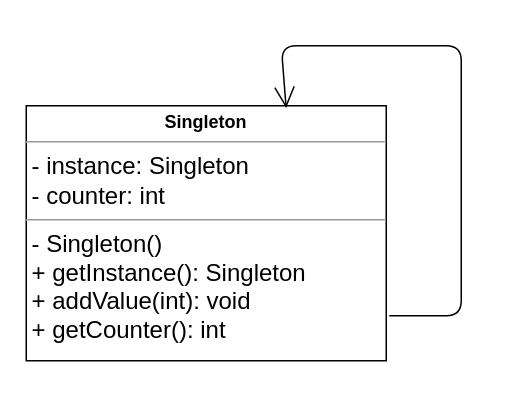
Before: page "singleton_2" (2 of 2) of singleton.drawio in cjanta/02_Design_Patterns, a draw.io diagram. Source tidied: cells renumbered, new cells numbered last; positions are measured from the earlier drawing's top-left corner, leaving out a move shared by most shapes. Both pictures are drawn from the tidied source at 150%, with x=0, y=0 at pixel (26, 45).
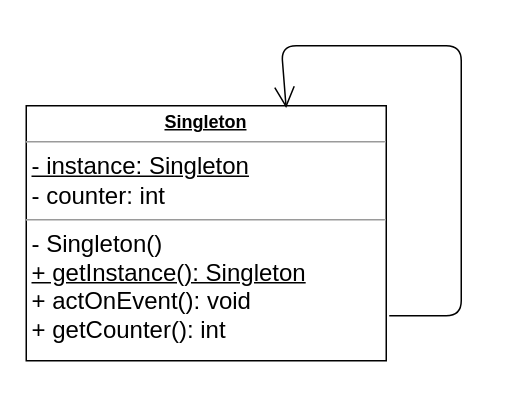
Above is the later version.

Commit message (it also covers changes not shown here):
05 / Beispiel: kumulierender Counter

The edit, as a diff of the source:
```diff
@@
 <mxGraphModel>
   <root>
     <mxCell id="0" />
     <mxCell id="1" parent="0" />
-    <mxCell id="2" value="&lt;p style=&quot;margin: 0px ; margin-top: 4px ; text-align: center&quot;&gt;&lt;font style=&quot;font-size: 12px&quot;&gt;&lt;b&gt;Singleton&lt;/b&gt;&lt;/font&gt;&lt;/p&gt;&lt;hr size=&quot;1&quot;&gt;&lt;p style=&quot;margin: 0px ; margin-left: 4px&quot;&gt;&lt;font size=&quot;3&quot;&gt;- instance: Singleton&lt;/font&gt;&lt;/p&gt;&lt;p style=&quot;margin: 0px ; margin-left: 4px&quot;&gt;&lt;font size=&quot;3&quot;&gt;- counter: int&lt;/font&gt;&lt;/p&gt;&lt;hr size=&quot;1&quot;&gt;&lt;p style=&quot;margin: 0px ; margin-left: 4px&quot;&gt;&lt;font size=&quot;3&quot;&gt;- Singleton&lt;/font&gt;&lt;span style=&quot;font-size: medium&quot;&gt;()&lt;/span&gt;&lt;/p&gt;&lt;p style=&quot;margin: 0px ; margin-left: 4px&quot;&gt;&lt;font size=&quot;3&quot;&gt;+ getInstance(): Singleton&lt;br&gt;&lt;/font&gt;&lt;/p&gt;&lt;p style=&quot;margin: 0px ; margin-left: 4px&quot;&gt;&lt;font size=&quot;3&quot;&gt;+ addValue(int): void&lt;br&gt;&lt;/font&gt;&lt;/p&gt;&lt;p style=&quot;margin: 0px ; margin-left: 4px&quot;&gt;&lt;span style=&quot;font-size: medium&quot;&gt;+ getCounter(): int&lt;/span&gt;&lt;font size=&quot;3&quot;&gt;&lt;br&gt;&lt;/font&gt;&lt;/p&gt;&lt;p style=&quot;margin: 0px ; margin-left: 4px&quot;&gt;&lt;br&gt;&lt;/p&gt;&lt;p style=&quot;margin: 0px ; margin-left: 4px&quot;&gt;&lt;br&gt;&lt;/p&gt;" style="verticalAlign=top;align=left;overflow=fill;fontSize=12;fontFamily=Helvetica;html=1;" parent="1" vertex="1">
+    <mxCell id="2" value="&lt;p style=&quot;margin: 0px ; margin-top: 4px ; text-align: center&quot;&gt;&lt;font style=&quot;font-size: 12px&quot;&gt;&lt;b&gt;&lt;u&gt;Singleton&lt;/u&gt;&lt;/b&gt;&lt;/font&gt;&lt;/p&gt;&lt;hr size=&quot;1&quot;&gt;&lt;p style=&quot;margin: 0px ; margin-left: 4px&quot;&gt;&lt;font size=&quot;3&quot;&gt;&lt;u&gt;- instance: Singleton&lt;/u&gt;&lt;/font&gt;&lt;/p&gt;&lt;p style=&quot;margin: 0px ; margin-left: 4px&quot;&gt;&lt;font size=&quot;3&quot;&gt;- counter: int&lt;/font&gt;&lt;/p&gt;&lt;hr size=&quot;1&quot;&gt;&lt;p style=&quot;margin: 0px ; margin-left: 4px&quot;&gt;&lt;font size=&quot;3&quot;&gt;- Singleton&lt;/font&gt;&lt;span style=&quot;font-size: medium&quot;&gt;()&lt;/span&gt;&lt;/p&gt;&lt;p style=&quot;margin: 0px ; margin-left: 4px&quot;&gt;&lt;font size=&quot;3&quot;&gt;&lt;u&gt;+ getInstance(): Singleton&lt;/u&gt;&lt;br&gt;&lt;/font&gt;&lt;/p&gt;&lt;p style=&quot;margin: 0px ; margin-left: 4px&quot;&gt;&lt;font size=&quot;3&quot;&gt;+ actOnEvent(): void&lt;br&gt;&lt;/font&gt;&lt;/p&gt;&lt;p style=&quot;margin: 0px ; margin-left: 4px&quot;&gt;&lt;span style=&quot;font-size: medium&quot;&gt;+ getCounter(): int&lt;/span&gt;&lt;font size=&quot;3&quot;&gt;&lt;br&gt;&lt;/font&gt;&lt;/p&gt;&lt;p style=&quot;margin: 0px ; margin-left: 4px&quot;&gt;&lt;br&gt;&lt;/p&gt;&lt;p style=&quot;margin: 0px ; margin-left: 4px&quot;&gt;&lt;br&gt;&lt;/p&gt;" style="verticalAlign=top;align=left;overflow=fill;fontSize=12;fontFamily=Helvetica;html=1;" parent="1" vertex="1">
       <mxGeometry y="40" width="240" height="170" as="geometry" />
     </mxCell>
     <mxCell id="3" style="endArrow=open;endFill=1;endSize=12;html=1;entryX=0.722;entryY=0.009;entryDx=0;entryDy=0;entryPerimeter=0;" parent="1" edge="1" target="2">
       <mxGeometry relative="1" as="geometry">
         <mxPoint x="242" y="180" as="sourcePoint" />
         <Array as="points">
           <mxPoint x="290" y="180" />
           <mxPoint x="290" />
           <mxPoint x="170" />
         </Array>
       </mxGeometry>
     </mxCell>
     <mxCell id="4" style="edgeStyle=orthogonalEdgeStyle;rounded=0;orthogonalLoop=1;jettySize=auto;html=1;exitX=0.5;exitY=1;exitDx=0;exitDy=0;" parent="1" edge="1" source="2" target="2">
       <mxGeometry relative="1" as="geometry" />
     </mxCell>
   </root>
 </mxGraphModel>
```
